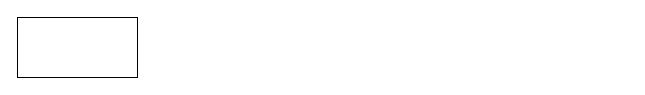
Earlier version of the draw.io diagram ICOFR.drawio (AvikM1996/draw.io). Source tidied: cells renumbered, new cells numbered last; positions are measured from the earlier drawing's top-left corner, leaving out a move shared by most shapes. Both pictures are drawn from the tidied source at 100%, with x=0, y=0 at pixel (17, 17).
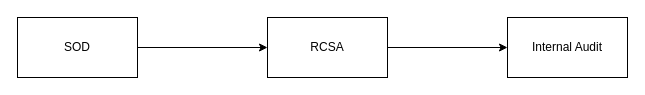
After the change.

The edit, as a diff of the source:
```diff
@@
 <mxGraphModel>
   <root>
     <mxCell id="0" />
     <mxCell id="1" parent="0" />
+    <mxCell id="3" style="edgeStyle=orthogonalEdgeStyle;rounded=0;jettySize=auto;html=1;exitX=1;exitY=0.5;exitDx=0;exitDy=0;" parent="1" edge="1" source="2" target="5">
+      <mxGeometry relative="1" as="geometry" />
+    </mxCell>
-    <mxCell id="2" style="rounded=0;whiteSpace=wrap;html=1;" parent="1" vertex="1">
+    <mxCell id="2" value="SOD" style="rounded=0;whiteSpace=wrap;html=1;" parent="1" vertex="1">
       <mxGeometry width="120" height="60" as="geometry" />
     </mxCell>
+    <mxCell id="4" style="edgeStyle=orthogonalEdgeStyle;rounded=0;jettySize=auto;html=1;exitX=1;exitY=0.5;exitDx=0;exitDy=0;" parent="1" edge="1" source="5" target="6">
+      <mxGeometry relative="1" as="geometry" />
+    </mxCell>
+    <mxCell id="5" value="RCSA" style="rounded=0;whiteSpace=wrap;html=1;" parent="1" vertex="1">
+      <mxGeometry x="250" width="120" height="60" as="geometry" />
+    </mxCell>
+    <mxCell id="6" value="Internal Audit" style="rounded=0;whiteSpace=wrap;html=1;" parent="1" vertex="1">
+      <mxGeometry x="490" width="120" height="60" as="geometry" />
+    </mxCell>
   </root>
 </mxGraphModel>
```
